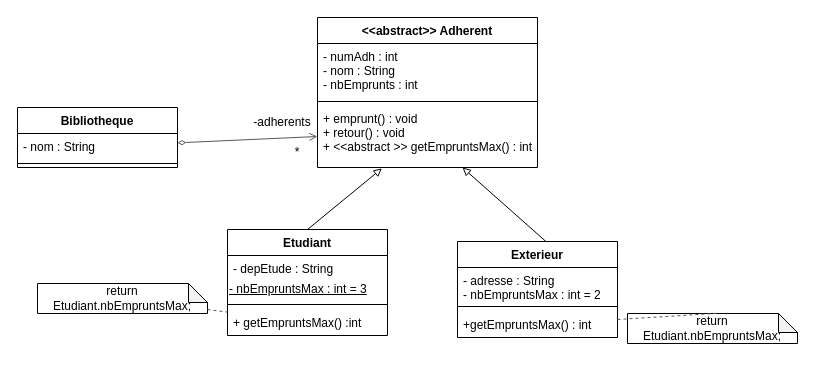
Earlier version of the draw.io diagram page "Page-1" (1 of 2) of diagClasseEmprunts.drawio (lisa-djerbi/TP25032022). Source tidied: cells renumbered, new cells numbered last; positions are measured from the earlier drawing's top-left corner, leaving out a move shared by most shapes. Both pictures are drawn from the tidied source at 100%, with x=0, y=0 at pixel (17, 17).
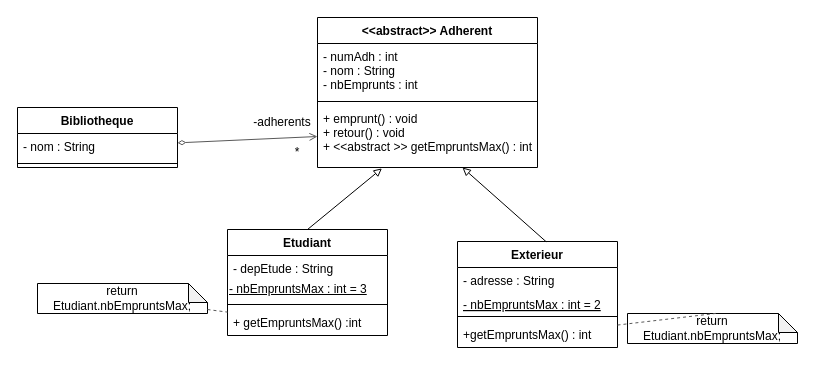
The same diagram, later.

The edit, as a diff of the source:
```diff
@@
     <mxCell id="14" value="Exterieur" style="swimlane;fontStyle=1;align=center;verticalAlign=top;horizontal=1;startSize=26;" parent="1" vertex="1">
-      <mxGeometry x="440" y="224" width="160" height="96" as="geometry" />
+      <mxGeometry x="440" y="224" width="160" height="106" as="geometry" />
     </mxCell>
-    <mxCell id="15" value="- adresse : String&#10;- nbEmpruntsMax : int = 2" style="text;strokeColor=none;fillColor=none;align=left;verticalAlign=top;spacingLeft=4;spacingRight=4;overflow=hidden;" parent="14" vertex="1">
-      <mxGeometry y="26" width="160" height="34" as="geometry" />
+    <mxCell id="15" value="- adresse : String" style="text;strokeColor=none;fillColor=none;align=left;verticalAlign=top;spacingLeft=4;spacingRight=4;overflow=hidden;" parent="14" vertex="1">
+      <mxGeometry y="26" width="160" height="24" as="geometry" />
     </mxCell>
+    <mxCell id="27" value="- nbEmpruntsMax : int = 2" style="text;strokeColor=none;fillColor=none;align=left;verticalAlign=top;spacingLeft=4;spacingRight=4;overflow=hidden;fontStyle=4;" parent="14" vertex="1">
+      <mxGeometry y="50" width="160" height="20" as="geometry" />
+    </mxCell>
     <mxCell id="16" style="line;strokeWidth=1;fillColor=none;align=left;verticalAlign=middle;spacingTop=-1;spacingLeft=3;spacingRight=3;labelPosition=right;" parent="14" vertex="1">
-      <mxGeometry y="60" width="160" height="10" as="geometry" />
+      <mxGeometry y="70" width="160" height="10" as="geometry" />
     </mxCell>
     <mxCell id="17" value="+getEmpruntsMax() : int" style="text;strokeColor=none;fillColor=none;align=left;verticalAlign=top;spacingLeft=4;spacingRight=4;overflow=hidden;points=[[0,0.5],[1,0.5]];portConstraint=eastwest;" parent="14" vertex="1">
-      <mxGeometry y="70" width="160" height="26" as="geometry" />
+      <mxGeometry y="80" width="160" height="26" as="geometry" />
     </mxCell>
```
